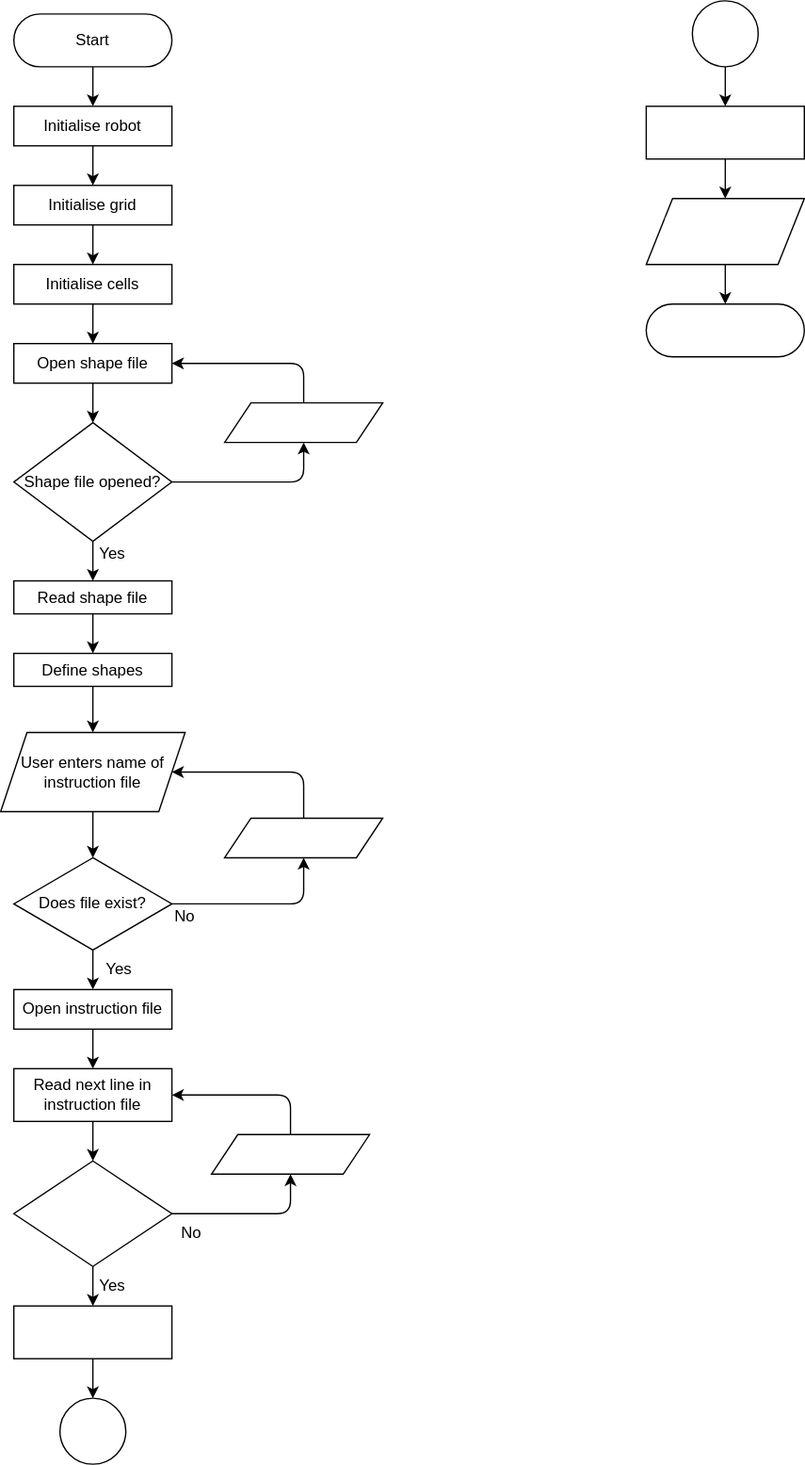
The draw.io diagram Planning/Program Flow.drawio.svg in RubenHeyse/Mechatronics-Coursework, before a commit. Source tidied: cells renumbered, new cells last; positions are measured from the earlier drawing's top-left corner, leaving out a move shared by most shapes.
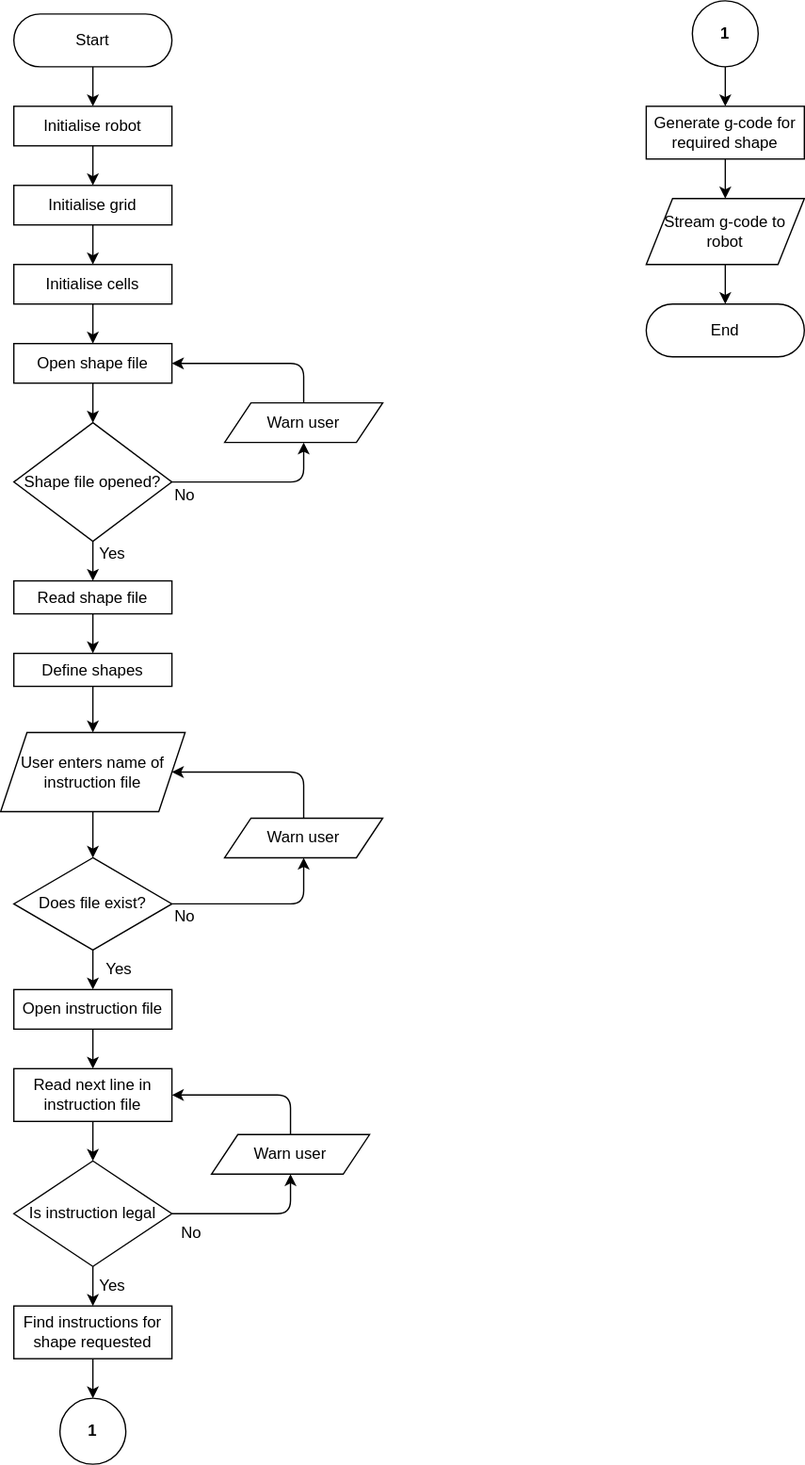
The same file after the commit.

Change to the diagram source:
```diff
@@ -1,4 +1,4 @@
-<mxGraphModel>
+<mxGraphModel background="#ffffff">
   <root>
     <mxCell id="0" />
     <mxCell id="1" parent="0" />
@@ -85,10 +85,10 @@
         <mxPoint x="70" y="1060" as="targetPoint" />
       </mxGeometry>
     </mxCell>
-    <mxCell id="29" value="&lt;font color=&quot;#ffffff&quot;&gt;Find instructions for shape requested&lt;/font&gt;" style="rounded=0;whiteSpace=wrap;html=1;fontColor=none;" parent="1" vertex="1">
+    <mxCell id="29" value="Find instructions for shape requested" style="rounded=0;whiteSpace=wrap;html=1;fontColor=none;" parent="1" vertex="1">
       <mxGeometry x="10" y="990" width="120" height="40" as="geometry" />
     </mxCell>
-    <mxCell id="30" value="Is instruction legal" style="rhombus;whiteSpace=wrap;html=1;fontColor=#FFFFFF;" parent="1" vertex="1">
+    <mxCell id="30" value="&lt;font color=&quot;#000000&quot;&gt;Is instruction legal&lt;/font&gt;" style="rhombus;whiteSpace=wrap;html=1;fontColor=#FFFFFF;" parent="1" vertex="1">
       <mxGeometry x="10" y="880" width="120" height="80" as="geometry" />
     </mxCell>
     <mxCell id="31" style="edgeStyle=none;html=1;entryX=0.5;entryY=0;entryDx=0;entryDy=0;exitX=0.5;exitY=1;exitDx=0;exitDy=0;" parent="1" edge="1" source="30" target="29">
@@ -100,7 +100,7 @@
     <mxCell id="33" value="Yes" style="text;html=1;strokeColor=none;fillColor=none;align=center;verticalAlign=middle;whiteSpace=wrap;rounded=0;" parent="1" vertex="1">
       <mxGeometry x="55" y="960" width="60" height="30" as="geometry" />
     </mxCell>
-    <mxCell id="34" value="Warn user" style="shape=parallelogram;perimeter=parallelogramPerimeter;whiteSpace=wrap;html=1;fixedSize=1;fontColor=#FFFFFF;" parent="1" vertex="1">
+    <mxCell id="34" value="&lt;font color=&quot;#000000&quot;&gt;Warn user&lt;/font&gt;" style="shape=parallelogram;perimeter=parallelogramPerimeter;whiteSpace=wrap;html=1;fixedSize=1;fontColor=#FFFFFF;" parent="1" vertex="1">
       <mxGeometry x="160" y="860" width="120" height="30" as="geometry" />
     </mxCell>
     <mxCell id="35" style="edgeStyle=segmentEdgeStyle;endArrow=classic;html=1;fontColor=#FFFFFF;entryX=0.5;entryY=1;entryDx=0;entryDy=0;" parent="1" edge="1" target="34">
@@ -118,7 +118,7 @@
         </Array>
       </mxGeometry>
     </mxCell>
-    <mxCell id="37" value="Warn user" style="shape=parallelogram;perimeter=parallelogramPerimeter;whiteSpace=wrap;html=1;fixedSize=1;fontColor=#FFFFFF;" parent="1" vertex="1">
+    <mxCell id="37" value="&lt;font color=&quot;#000000&quot;&gt;Warn user&lt;/font&gt;" style="shape=parallelogram;perimeter=parallelogramPerimeter;whiteSpace=wrap;html=1;fixedSize=1;fontColor=#FFFFFF;" parent="1" vertex="1">
       <mxGeometry x="170" y="620" width="120" height="30" as="geometry" />
     </mxCell>
     <mxCell id="38" value="No" style="text;html=1;strokeColor=none;fillColor=none;align=center;verticalAlign=middle;whiteSpace=wrap;rounded=0;" parent="1" vertex="1">
@@ -134,7 +134,7 @@
         </Array>
       </mxGeometry>
     </mxCell>
-    <mxCell id="41" value="Warn user" style="shape=parallelogram;perimeter=parallelogramPerimeter;whiteSpace=wrap;html=1;fixedSize=1;fontColor=#FFFFFF;" parent="1" vertex="1">
+    <mxCell id="41" value="&lt;font color=&quot;#000000&quot;&gt;Warn user&lt;/font&gt;" style="shape=parallelogram;perimeter=parallelogramPerimeter;whiteSpace=wrap;html=1;fixedSize=1;fontColor=#FFFFFF;" parent="1" vertex="1">
       <mxGeometry x="170" y="305" width="120" height="30" as="geometry" />
     </mxCell>
     <mxCell id="42" style="edgeStyle=segmentEdgeStyle;endArrow=classic;html=1;fontColor=#FFFFFF;exitX=1;exitY=0.5;exitDx=0;exitDy=0;" parent="1" edge="1" source="12" target="41">
@@ -147,31 +147,31 @@
         </Array>
       </mxGeometry>
     </mxCell>
-    <mxCell id="44" value="No" style="text;html=1;strokeColor=none;fillColor=none;align=center;verticalAlign=middle;whiteSpace=wrap;rounded=0;fontColor=#FFFFFF;" parent="1" vertex="1">
+    <mxCell id="44" value="&lt;font color=&quot;#000000&quot;&gt;No&lt;/font&gt;" style="text;html=1;strokeColor=none;fillColor=none;align=center;verticalAlign=middle;whiteSpace=wrap;rounded=0;fontColor=#FFFFFF;" parent="1" vertex="1">
       <mxGeometry x="110" y="360" width="60" height="30" as="geometry" />
     </mxCell>
-    <mxCell id="45" value="&lt;b&gt;1&lt;/b&gt;" style="ellipse;whiteSpace=wrap;html=1;fontColor=#FFFFFF;" parent="1" vertex="1">
+    <mxCell id="45" value="&lt;b&gt;&lt;font color=&quot;#000000&quot;&gt;1&lt;/font&gt;&lt;/b&gt;" style="ellipse;whiteSpace=wrap;html=1;fontColor=#FFFFFF;fillColor=#FFFFFF;" parent="1" vertex="1">
       <mxGeometry x="45" y="1060" width="50" height="50" as="geometry" />
     </mxCell>
     <mxCell id="46" style="edgeStyle=none;html=1;entryX=0.5;entryY=0;entryDx=0;entryDy=0;fontColor=#FFFFFF;" parent="1" edge="1" source="47" target="49">
       <mxGeometry relative="1" as="geometry" />
     </mxCell>
-    <mxCell id="47" value="&lt;b&gt;1&lt;/b&gt;" style="ellipse;whiteSpace=wrap;html=1;fontColor=#FFFFFF;" parent="1" vertex="1">
+    <mxCell id="47" value="&lt;b&gt;&lt;font color=&quot;#000000&quot;&gt;1&lt;/font&gt;&lt;/b&gt;" style="ellipse;whiteSpace=wrap;html=1;fontColor=#FFFFFF;" parent="1" vertex="1">
       <mxGeometry x="525" width="50" height="50" as="geometry" />
     </mxCell>
     <mxCell id="48" style="edgeStyle=none;html=1;entryX=0.5;entryY=0;entryDx=0;entryDy=0;fontColor=#FFFFFF;" parent="1" edge="1" source="49" target="51">
       <mxGeometry relative="1" as="geometry" />
     </mxCell>
-    <mxCell id="49" value="Generate g-code for required shape" style="rounded=0;whiteSpace=wrap;html=1;fontColor=#FFFFFF;" parent="1" vertex="1">
+    <mxCell id="49" value="&lt;font color=&quot;#000000&quot;&gt;Generate g-code for required shape&lt;/font&gt;" style="rounded=0;whiteSpace=wrap;html=1;fontColor=#FFFFFF;" parent="1" vertex="1">
       <mxGeometry x="490" y="80" width="120" height="40" as="geometry" />
     </mxCell>
     <mxCell id="50" style="edgeStyle=none;html=1;entryX=0.5;entryY=0;entryDx=0;entryDy=0;fontColor=#FFFFFF;" parent="1" edge="1" source="51" target="52">
       <mxGeometry relative="1" as="geometry" />
     </mxCell>
-    <mxCell id="51" value="Stream g-code to robot" style="shape=parallelogram;perimeter=parallelogramPerimeter;whiteSpace=wrap;html=1;fixedSize=1;fontColor=#FFFFFF;" parent="1" vertex="1">
+    <mxCell id="51" value="&lt;font color=&quot;#000000&quot;&gt;Stream g-code to robot&lt;/font&gt;" style="shape=parallelogram;perimeter=parallelogramPerimeter;whiteSpace=wrap;html=1;fixedSize=1;fontColor=#FFFFFF;" parent="1" vertex="1">
       <mxGeometry x="490" y="150" width="120" height="50" as="geometry" />
     </mxCell>
-    <mxCell id="52" value="End" style="rounded=1;whiteSpace=wrap;html=1;fontColor=#FFFFFF;arcSize=50;" parent="1" vertex="1">
+    <mxCell id="52" value="&lt;font color=&quot;#000000&quot;&gt;End&lt;/font&gt;" style="rounded=1;whiteSpace=wrap;html=1;fontColor=#FFFFFF;arcSize=50;" parent="1" vertex="1">
       <mxGeometry x="490" y="230" width="120" height="40" as="geometry" />
     </mxCell>
   </root>
```
